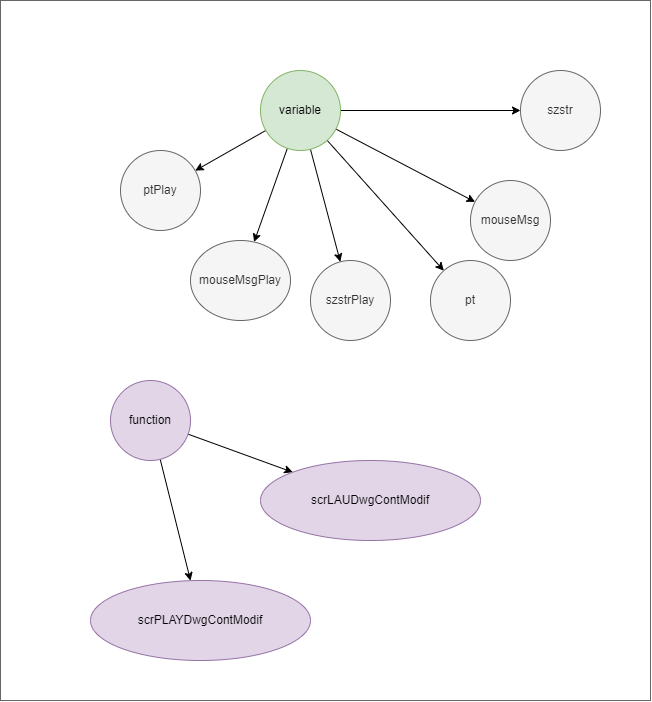
This is drawio/files/graphic/h.drawio.png from Tanso-mct/GLPA, a draw.io export, as it was before one commit. Source tidied: cells renumbered, new cells last; positions are measured from the earlier drawing's top-left corner, leaving out a move shared by most shapes. The source it was exported from:
```xml
<mxGraphModel>
  <root>
    <mxCell id="0" />
    <mxCell id="1" value="flame" parent="0" />
    <mxCell id="2" style="whiteSpace=wrap;html=1;strokeColor=#666666;fontFamily=Helvetica;fontSize=12;fontColor=#333333;fillColor=none;" parent="1" vertex="1">
      <mxGeometry width="650" height="700" as="geometry" />
    </mxCell>
    <mxCell id="3" parent="0" />
    <mxCell id="4" style="edgeStyle=none;html=1;fontFamily=Helvetica;fontSize=12;fontColor=#333333;" parent="3" edge="1" source="10" target="11">
      <mxGeometry relative="1" as="geometry" />
    </mxCell>
    <mxCell id="5" style="edgeStyle=none;html=1;fontFamily=Helvetica;fontSize=12;fontColor=#333333;" parent="3" edge="1" source="10" target="12">
      <mxGeometry relative="1" as="geometry" />
    </mxCell>
    <mxCell id="6" style="edgeStyle=none;html=1;fontFamily=Helvetica;fontSize=12;fontColor=#333333;" parent="3" edge="1" source="10" target="13">
      <mxGeometry relative="1" as="geometry" />
    </mxCell>
    <mxCell id="7" style="edgeStyle=none;html=1;fontFamily=Helvetica;fontSize=12;fontColor=#333333;" parent="3" edge="1" source="10" target="14">
      <mxGeometry relative="1" as="geometry" />
    </mxCell>
    <mxCell id="8" style="edgeStyle=none;html=1;fontFamily=Helvetica;fontSize=12;fontColor=#333333;" parent="3" edge="1" source="10" target="15">
      <mxGeometry relative="1" as="geometry" />
    </mxCell>
    <mxCell id="9" style="edgeStyle=none;html=1;fontFamily=Helvetica;fontSize=12;fontColor=#333333;" parent="3" edge="1" source="10" target="16">
      <mxGeometry relative="1" as="geometry" />
    </mxCell>
    <mxCell id="10" value="variable" style="ellipse;whiteSpace=wrap;html=1;fillColor=#d5e8d4;strokeColor=#82b366;" parent="3" vertex="1">
      <mxGeometry x="260" y="70" width="80" height="80" as="geometry" />
    </mxCell>
    <mxCell id="11" value="szstr" style="ellipse;whiteSpace=wrap;html=1;strokeColor=#666666;fontFamily=Helvetica;fontSize=12;fontColor=#333333;fillColor=#f5f5f5;" parent="3" vertex="1">
      <mxGeometry x="520" y="70" width="80" height="80" as="geometry" />
    </mxCell>
    <mxCell id="12" value="mouseMsg" style="ellipse;whiteSpace=wrap;html=1;strokeColor=#666666;fontFamily=Helvetica;fontSize=12;fontColor=#333333;fillColor=#f5f5f5;" parent="3" vertex="1">
      <mxGeometry x="470" y="180" width="80" height="80" as="geometry" />
    </mxCell>
    <mxCell id="13" value="pt" style="ellipse;whiteSpace=wrap;html=1;strokeColor=#666666;fontFamily=Helvetica;fontSize=12;fontColor=#333333;fillColor=#f5f5f5;" parent="3" vertex="1">
      <mxGeometry x="430" y="260" width="80" height="80" as="geometry" />
    </mxCell>
    <mxCell id="14" value="szstrPlay" style="ellipse;whiteSpace=wrap;html=1;strokeColor=#666666;fontFamily=Helvetica;fontSize=12;fontColor=#333333;fillColor=#f5f5f5;" parent="3" vertex="1">
      <mxGeometry x="310" y="260" width="80" height="80" as="geometry" />
    </mxCell>
    <mxCell id="15" value="mouseMsgPlay" style="ellipse;whiteSpace=wrap;html=1;strokeColor=#666666;fontFamily=Helvetica;fontSize=12;fontColor=#333333;fillColor=#f5f5f5;" parent="3" vertex="1">
      <mxGeometry x="190" y="240" width="100" height="80" as="geometry" />
    </mxCell>
    <mxCell id="16" value="ptPlay" style="ellipse;whiteSpace=wrap;html=1;strokeColor=#666666;fontFamily=Helvetica;fontSize=12;fontColor=#333333;fillColor=#f5f5f5;" parent="3" vertex="1">
      <mxGeometry x="120" y="150" width="80" height="80" as="geometry" />
    </mxCell>
    <mxCell id="17" style="edgeStyle=none;html=1;fontFamily=Helvetica;fontSize=12;fontColor=#333333;" parent="3" edge="1" source="19" target="20">
      <mxGeometry relative="1" as="geometry" />
    </mxCell>
    <mxCell id="18" style="edgeStyle=none;html=1;fontFamily=Helvetica;fontSize=12;fontColor=#333333;" parent="3" edge="1" source="19" target="21">
      <mxGeometry relative="1" as="geometry" />
    </mxCell>
    <mxCell id="19" value="function" style="ellipse;whiteSpace=wrap;html=1;strokeColor=#9673a6;fontFamily=Helvetica;fontSize=12;fillColor=#e1d5e7;" parent="3" vertex="1">
      <mxGeometry x="110" y="380" width="80" height="80" as="geometry" />
    </mxCell>
    <mxCell id="20" value="scrLAUDwgContModif" style="ellipse;whiteSpace=wrap;html=1;strokeColor=#9673a6;fontFamily=Helvetica;fontSize=12;fillColor=#e1d5e7;" parent="3" vertex="1">
      <mxGeometry x="260" y="460" width="220" height="80" as="geometry" />
    </mxCell>
    <mxCell id="21" value="scrPLAYDwgContModif" style="ellipse;whiteSpace=wrap;html=1;strokeColor=#9673a6;fontFamily=Helvetica;fontSize=12;fillColor=#e1d5e7;" parent="3" vertex="1">
      <mxGeometry x="90" y="580" width="220" height="80" as="geometry" />
    </mxCell>
  </root>
</mxGraphModel>
```
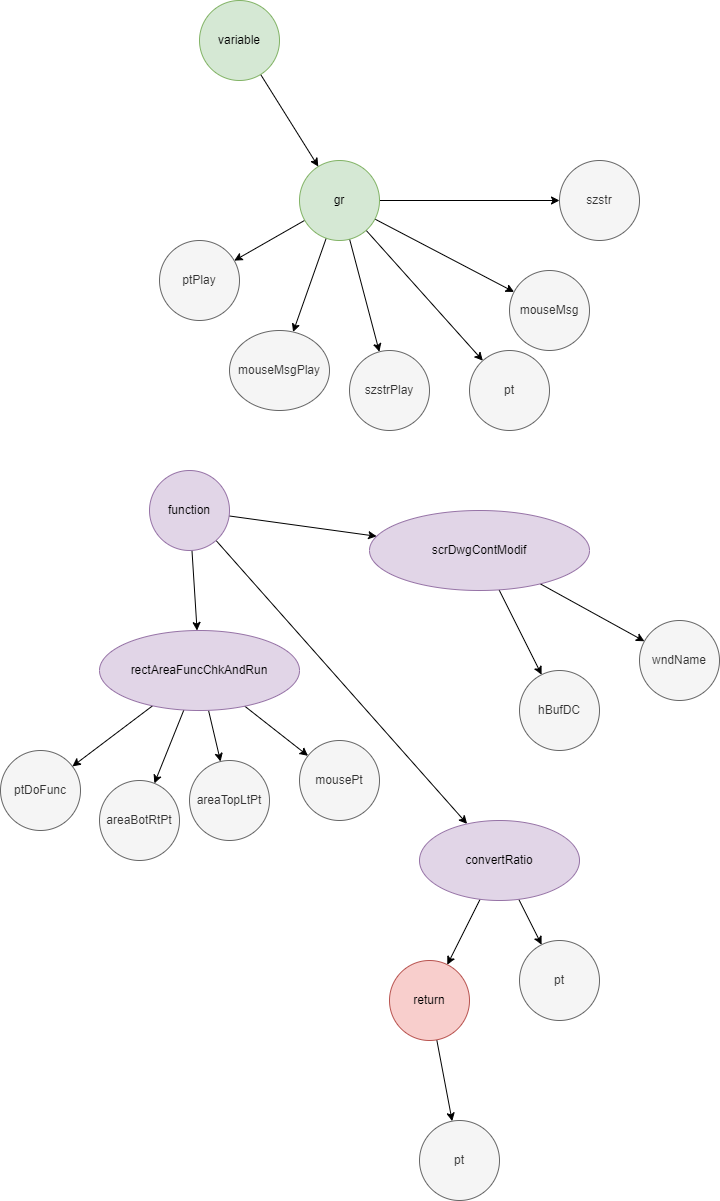
After the commit.

Diff of the diagram source:
```diff
@@ -1,10 +1,6 @@
 <mxGraphModel>
   <root>
     <mxCell id="0" />
-    <mxCell id="1" value="flame" parent="0" />
-    <mxCell id="2" style="whiteSpace=wrap;html=1;strokeColor=#666666;fontFamily=Helvetica;fontSize=12;fontColor=#333333;fillColor=none;" parent="1" vertex="1">
-      <mxGeometry width="650" height="700" as="geometry" />
-    </mxCell>
     <mxCell id="3" parent="0" />
     <mxCell id="4" style="edgeStyle=none;html=1;fontFamily=Helvetica;fontSize=12;fontColor=#333333;" parent="3" edge="1" source="10" target="11">
       <mxGeometry relative="1" as="geometry" />
@@ -24,7 +20,7 @@
     <mxCell id="9" style="edgeStyle=none;html=1;fontFamily=Helvetica;fontSize=12;fontColor=#333333;" parent="3" edge="1" source="10" target="16">
       <mxGeometry relative="1" as="geometry" />
     </mxCell>
-    <mxCell id="10" value="variable" style="ellipse;whiteSpace=wrap;html=1;fillColor=#d5e8d4;strokeColor=#82b366;" parent="3" vertex="1">
+    <mxCell id="10" value="gr" style="ellipse;whiteSpace=wrap;html=1;fillColor=#d5e8d4;strokeColor=#82b366;" parent="3" vertex="1">
       <mxGeometry x="260" y="70" width="80" height="80" as="geometry" />
     </mxCell>
     <mxCell id="11" value="szstr" style="ellipse;whiteSpace=wrap;html=1;strokeColor=#666666;fontFamily=Helvetica;fontSize=12;fontColor=#333333;fillColor=#f5f5f5;" parent="3" vertex="1">
@@ -48,17 +44,83 @@
     <mxCell id="17" style="edgeStyle=none;html=1;fontFamily=Helvetica;fontSize=12;fontColor=#333333;" parent="3" edge="1" source="19" target="20">
       <mxGeometry relative="1" as="geometry" />
     </mxCell>
-    <mxCell id="18" style="edgeStyle=none;html=1;fontFamily=Helvetica;fontSize=12;fontColor=#333333;" parent="3" edge="1" source="19" target="21">
-      <mxGeometry relative="1" as="geometry" />
-    </mxCell>
+    <mxCell id="22" style="edgeStyle=none;html=1;fontFamily=Helvetica;fontSize=12;fontColor=#333333;" parent="3" edge="1" source="19" target="2">
+      <mxGeometry relative="1" as="geometry" />
+    </mxCell>
+    <mxCell id="23" style="edgeStyle=none;html=1;fontFamily=Helvetica;fontSize=12;fontColor=#333333;" parent="3" edge="1" source="19" target="38">
+      <mxGeometry relative="1" as="geometry" />
+    </mxCell>
     <mxCell id="19" value="function" style="ellipse;whiteSpace=wrap;html=1;strokeColor=#9673a6;fontFamily=Helvetica;fontSize=12;fillColor=#e1d5e7;" parent="3" vertex="1">
       <mxGeometry x="110" y="380" width="80" height="80" as="geometry" />
     </mxCell>
+    <mxCell id="24" style="edgeStyle=none;html=1;fontFamily=Helvetica;fontSize=12;fontColor=#333333;" parent="3" edge="1" source="20" target="34">
+      <mxGeometry relative="1" as="geometry" />
+    </mxCell>
+    <mxCell id="25" style="edgeStyle=none;html=1;fontFamily=Helvetica;fontSize=12;fontColor=#333333;" parent="3" edge="1" source="20" target="35">
+      <mxGeometry relative="1" as="geometry" />
+    </mxCell>
-    <mxCell id="20" value="scrLAUDwgContModif" style="ellipse;whiteSpace=wrap;html=1;strokeColor=#9673a6;fontFamily=Helvetica;fontSize=12;fillColor=#e1d5e7;" parent="3" vertex="1">
-      <mxGeometry x="260" y="460" width="220" height="80" as="geometry" />
+    <mxCell id="20" value="scrDwgContModif" style="ellipse;whiteSpace=wrap;html=1;strokeColor=#9673a6;fontFamily=Helvetica;fontSize=12;fillColor=#e1d5e7;" parent="3" vertex="1">
+      <mxGeometry x="330" y="420" width="220" height="80" as="geometry" />
     </mxCell>
-    <mxCell id="21" value="scrPLAYDwgContModif" style="ellipse;whiteSpace=wrap;html=1;strokeColor=#9673a6;fontFamily=Helvetica;fontSize=12;fillColor=#e1d5e7;" parent="3" vertex="1">
-      <mxGeometry x="90" y="580" width="220" height="80" as="geometry" />
-    </mxCell>
+    <mxCell id="26" style="edgeStyle=none;html=1;fontFamily=Helvetica;fontSize=12;fontColor=#333333;" parent="3" edge="1" source="2" target="30">
+      <mxGeometry relative="1" as="geometry" />
+    </mxCell>
+    <mxCell id="27" style="edgeStyle=none;html=1;fontFamily=Helvetica;fontSize=12;fontColor=#333333;" parent="3" edge="1" source="2" target="31">
+      <mxGeometry relative="1" as="geometry" />
+    </mxCell>
+    <mxCell id="28" style="edgeStyle=none;html=1;fontFamily=Helvetica;fontSize=12;fontColor=#333333;" parent="3" edge="1" source="2" target="32">
+      <mxGeometry relative="1" as="geometry" />
+    </mxCell>
+    <mxCell id="29" style="edgeStyle=none;html=1;fontFamily=Helvetica;fontSize=12;fontColor=#333333;" parent="3" edge="1" source="2" target="33">
+      <mxGeometry relative="1" as="geometry" />
+    </mxCell>
+    <mxCell id="2" value="rectAreaFuncChkAndRun" style="ellipse;whiteSpace=wrap;html=1;fillColor=#e1d5e7;strokeColor=#9673a6;" parent="3" vertex="1">
+      <mxGeometry x="60" y="540" width="200" height="80" as="geometry" />
+    </mxCell>
+    <mxCell id="30" value="mousePt" style="ellipse;whiteSpace=wrap;html=1;strokeColor=#666666;fontFamily=Helvetica;fontSize=12;fontColor=#333333;fillColor=#f5f5f5;" parent="3" vertex="1">
+      <mxGeometry x="260" y="650" width="80" height="80" as="geometry" />
+    </mxCell>
+    <mxCell id="31" value="areaTopLtPt" style="ellipse;whiteSpace=wrap;html=1;strokeColor=#666666;fontFamily=Helvetica;fontSize=12;fontColor=#333333;fillColor=#f5f5f5;" parent="3" vertex="1">
+      <mxGeometry x="150" y="670" width="80" height="80" as="geometry" />
+    </mxCell>
+    <mxCell id="32" value="areaBotRtPt" style="ellipse;whiteSpace=wrap;html=1;strokeColor=#666666;fontFamily=Helvetica;fontSize=12;fontColor=#333333;fillColor=#f5f5f5;" parent="3" vertex="1">
+      <mxGeometry x="60" y="690" width="80" height="80" as="geometry" />
+    </mxCell>
+    <mxCell id="33" value="ptDoFunc" style="ellipse;whiteSpace=wrap;html=1;strokeColor=#666666;fontFamily=Helvetica;fontSize=12;fontColor=#333333;fillColor=#f5f5f5;" parent="3" vertex="1">
+      <mxGeometry x="-39" y="660" width="80" height="80" as="geometry" />
+    </mxCell>
+    <mxCell id="34" value="wndName" style="ellipse;whiteSpace=wrap;html=1;strokeColor=#666666;fontFamily=Helvetica;fontSize=12;fontColor=#333333;fillColor=#f5f5f5;" parent="3" vertex="1">
+      <mxGeometry x="600" y="530" width="80" height="80" as="geometry" />
+    </mxCell>
+    <mxCell id="35" value="hBufDC" style="ellipse;whiteSpace=wrap;html=1;strokeColor=#666666;fontFamily=Helvetica;fontSize=12;fontColor=#333333;fillColor=#f5f5f5;" parent="3" vertex="1">
+      <mxGeometry x="480" y="580" width="80" height="80" as="geometry" />
+    </mxCell>
+    <mxCell id="36" style="edgeStyle=none;html=1;fontFamily=Helvetica;fontSize=12;fontColor=#333333;" parent="3" edge="1" source="38" target="39">
+      <mxGeometry relative="1" as="geometry" />
+    </mxCell>
+    <mxCell id="37" style="edgeStyle=none;html=1;fontFamily=Helvetica;fontSize=12;fontColor=#333333;" parent="3" edge="1" source="38" target="41">
+      <mxGeometry relative="1" as="geometry" />
+    </mxCell>
+    <mxCell id="38" value="convertRatio" style="ellipse;whiteSpace=wrap;html=1;strokeColor=#9673a6;fontFamily=Helvetica;fontSize=12;fillColor=#e1d5e7;" parent="3" vertex="1">
+      <mxGeometry x="380" y="730" width="160" height="80" as="geometry" />
+    </mxCell>
+    <mxCell id="39" value="pt" style="ellipse;whiteSpace=wrap;html=1;strokeColor=#666666;fontFamily=Helvetica;fontSize=12;fontColor=#333333;fillColor=#f5f5f5;" parent="3" vertex="1">
+      <mxGeometry x="480" y="850" width="80" height="80" as="geometry" />
+    </mxCell>
+    <mxCell id="40" style="edgeStyle=none;html=1;fontFamily=Helvetica;fontSize=12;fontColor=#333333;" parent="3" edge="1" source="41" target="42">
+      <mxGeometry relative="1" as="geometry" />
+    </mxCell>
+    <mxCell id="41" value="return" style="ellipse;whiteSpace=wrap;html=1;strokeColor=#b85450;fontFamily=Helvetica;fontSize=12;fillColor=#f8cecc;" parent="3" vertex="1">
+      <mxGeometry x="350" y="870" width="80" height="80" as="geometry" />
+    </mxCell>
+    <mxCell id="42" value="pt" style="ellipse;whiteSpace=wrap;html=1;strokeColor=#666666;fontFamily=Helvetica;fontSize=12;fontColor=#333333;fillColor=#f5f5f5;" parent="3" vertex="1">
+      <mxGeometry x="380" y="1030" width="80" height="80" as="geometry" />
+    </mxCell>
+    <mxCell id="43" style="edgeStyle=none;html=1;fontFamily=Helvetica;fontSize=12;fontColor=#333333;" parent="3" edge="1" source="44" target="10">
+      <mxGeometry relative="1" as="geometry" />
+    </mxCell>
+    <mxCell id="44" value="variable" style="ellipse;whiteSpace=wrap;html=1;strokeColor=#82b366;fontFamily=Helvetica;fontSize=12;fillColor=#d5e8d4;" parent="3" vertex="1">
+      <mxGeometry x="160" y="-90" width="80" height="80" as="geometry" />
+    </mxCell>
   </root>
 </mxGraphModel>
```
